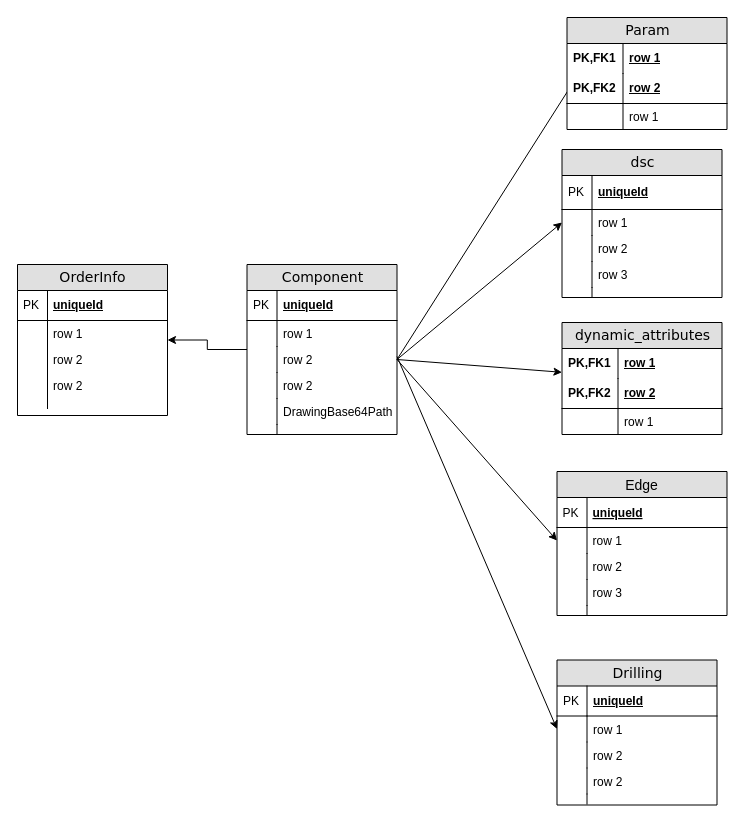
Cycluone/blog keeps this draw.io diagram as Untitled Diagram.drawio. Above is the earlier version. Source tidied: cells renumbered, new cells numbered last; positions are measured from the earlier drawing's top-left corner, leaving out a move shared by most shapes. Both pictures are drawn from the tidied source at 100%, with x=0, y=0 at pixel (17, 17).
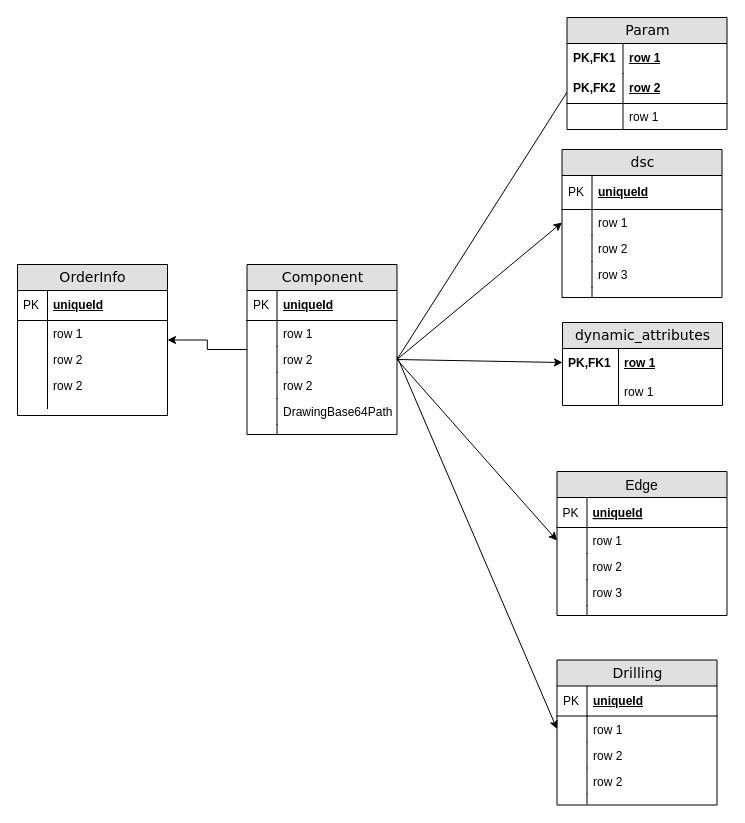
After the change.

Diff of the diagram source:
```diff
@@
     <mxCell id="57" value="dynamic_attributes" style="swimlane;html=1;fontStyle=0;horizontal=1;startSize=26;fillColor=#e0e0e0;swimlaneFillColor=#ffffff;align=center;rounded=0;shadow=0;comic=0;labelBackgroundColor=none;strokeColor=#000000;strokeWidth=1;fontFamily=Verdana;fontSize=14;fontColor=#000000;" parent="1" vertex="1">
-      <mxGeometry x="544.5" y="305" width="160" height="112" as="geometry" />
+      <mxGeometry x="545" y="305" width="160" height="83" as="geometry" />
     </mxCell>
@@
-    <mxCell id="60" value="row 2" style="shape=partialRectangle;top=0;left=0;right=0;bottom=1;html=1;align=left;verticalAlign=middle;fillColor=none;spacingLeft=60;spacingRight=4;whiteSpace=wrap;overflow=hidden;fontStyle=5;" parent="57" vertex="1">
-      <mxGeometry y="56" width="160" height="30" as="geometry" />
-    </mxCell>
-    <mxCell id="61" value="PK,FK2" style="shape=partialRectangle;fontStyle=1;top=0;left=0;bottom=0;html=1;fillColor=none;align=left;verticalAlign=middle;spacingLeft=4;spacingRight=4;whiteSpace=wrap;overflow=hidden;" parent="60" vertex="1">
-      <mxGeometry width="56" height="30" as="geometry" />
-    </mxCell>
     <mxCell id="62" value="row 1" style="shape=partialRectangle;top=0;left=0;right=0;bottom=0;html=1;align=left;verticalAlign=top;fillColor=none;spacingLeft=60;spacingRight=4;whiteSpace=wrap;overflow=hidden;" parent="57" vertex="1">
-      <mxGeometry y="86" width="160" height="26" as="geometry" />
+      <mxGeometry y="56" width="160" height="26" as="geometry" />
     </mxCell>
```
